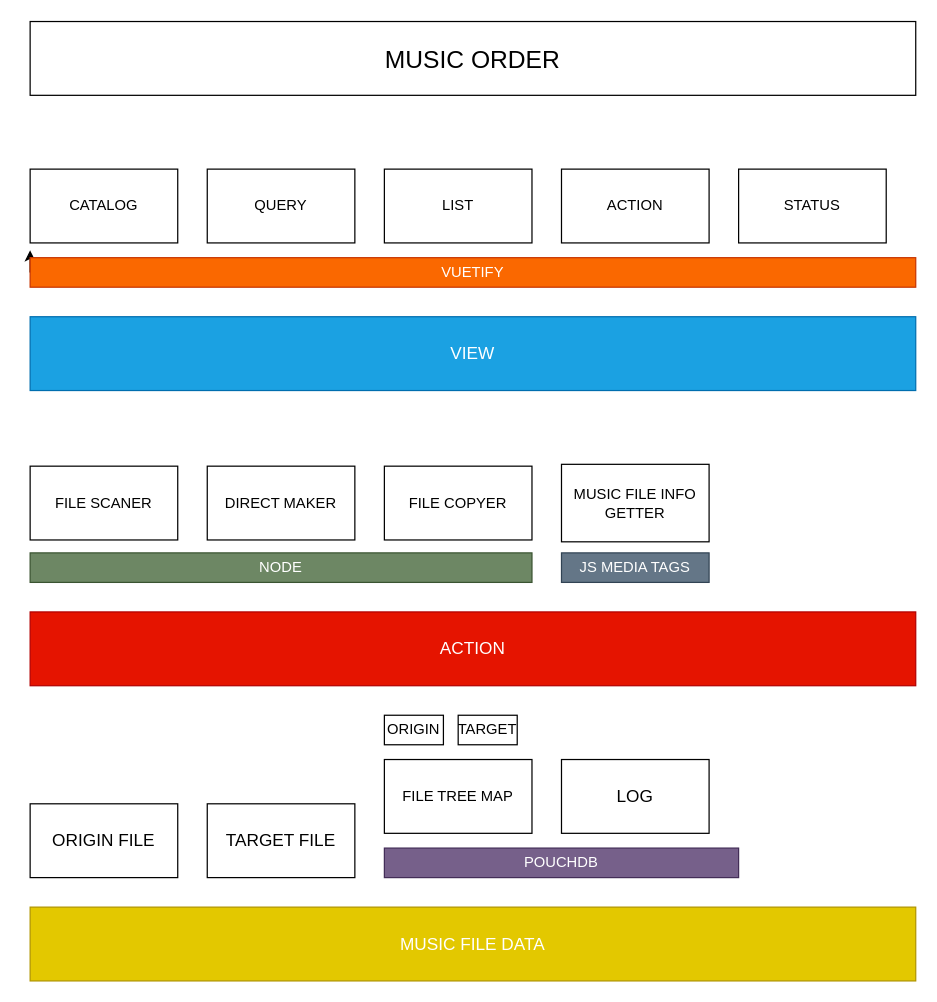
The draw.io diagram doc/design.drawio in OverlyDramatic/miu-mo, before the edit. Source tidied: cells renumbered, new cells numbered last; positions are measured from the earlier drawing's top-left corner, leaving out a move shared by most shapes. Both pictures are drawn from the tidied source at 123%, with x=0, y=0 at pixel (30, 21).
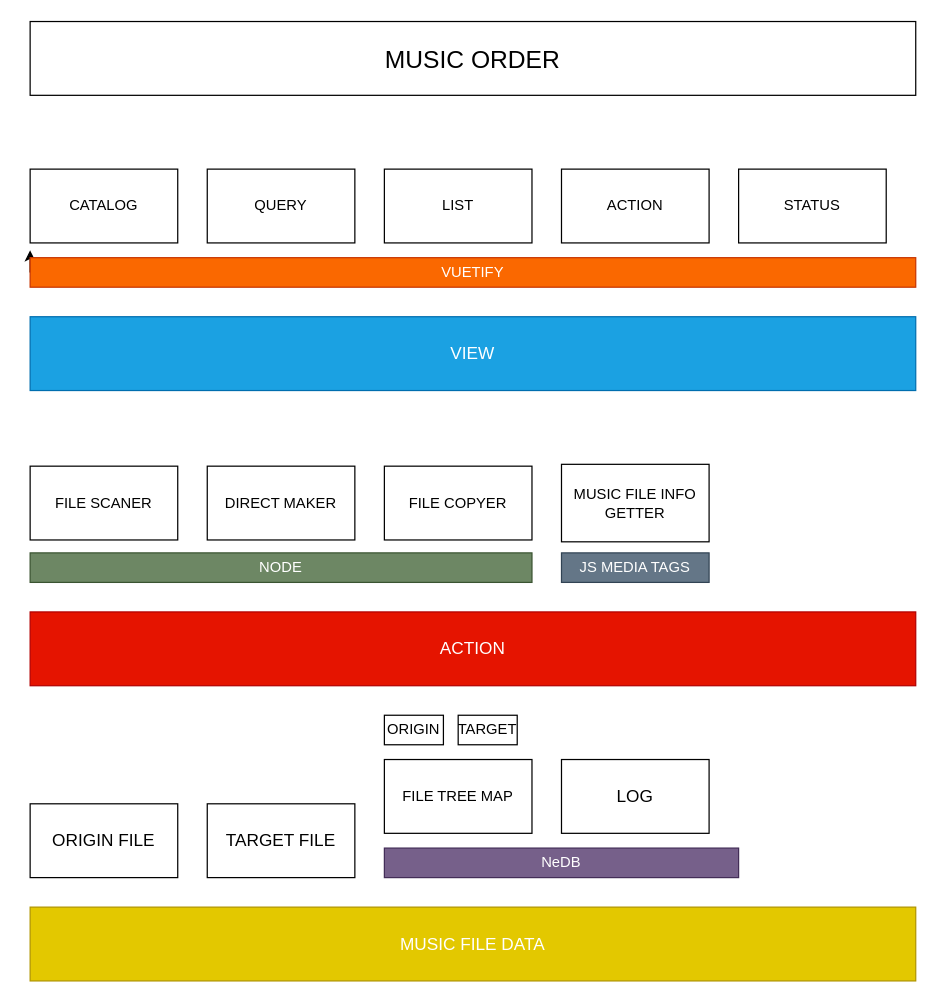
The same page after the edit.

What changed in the source:
```diff
@@
-    <mxCell id="14" value="POUCHDB" style="rounded=0;whiteSpace=wrap;html=1;fillColor=#76608a;strokeColor=#432D57;fontColor=#ffffff;" parent="1" vertex="1">
+    <mxCell id="14" value="NeDB" style="rounded=0;whiteSpace=wrap;html=1;fillColor=#76608a;strokeColor=#432D57;fontColor=#ffffff;" parent="1" vertex="1">
       <mxGeometry x="288" y="672" width="288" height="24" as="geometry" />
     </mxCell>
```
